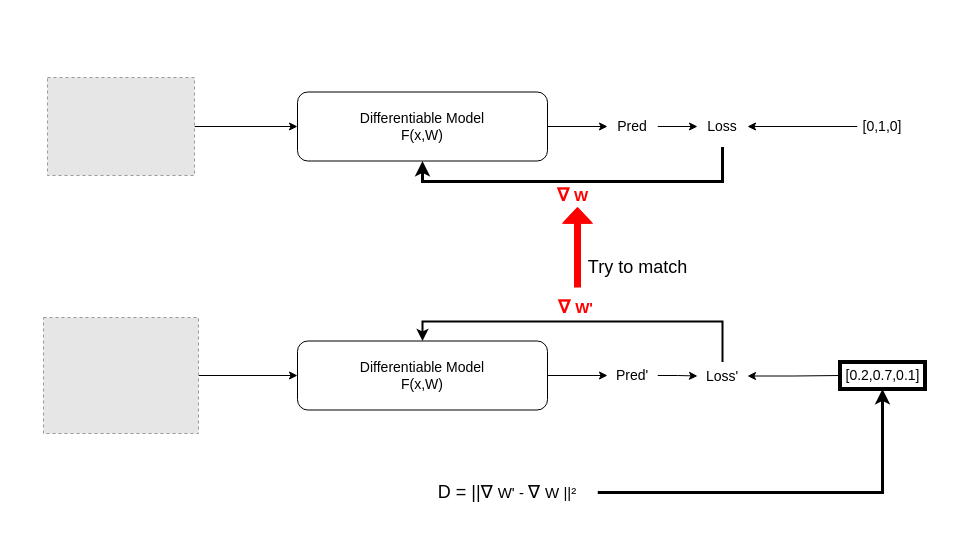
The draw.io diagram gradient leakage/grad-leak.drawio in world-executed/Draw.io, before the edit. Source tidied: cells renumbered, new cells numbered last; positions are measured from the earlier drawing's top-left corner, leaving out a move shared by most shapes. Both pictures are drawn from the tidied source at 100%, with x=0, y=0 at pixel (43, 77). Pictures stored in the file or linked from it are replaced by grey dashed boxes.
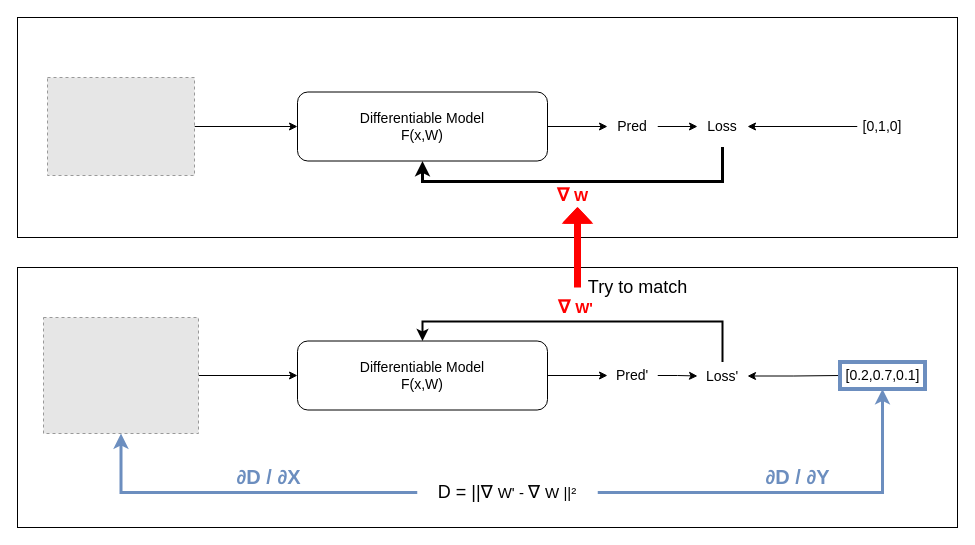
Above is the later version.

Unchanged cells that the change refers to:
```xml
<mxCell id="13" style="fillColor=#E6E6E6;strokeColor=#999999;dashed=1;html=1;verticalAlign=top;verticalLabelPosition=bottom;labelBackgroundColor=#ffffff;fontSize=18;fontColor=#FF0000;" parent="1" vertex="1">
  <mxGeometry y="240" width="155" height="116" as="geometry" />
</mxCell>
<mxCell id="24" value="D = ||&lt;span style=&quot;font-family: &amp;#34;arial&amp;#34; , sans-serif ; font-size: 14px ; background-color: rgb(255 , 255 , 255)&quot;&gt;&lt;font style=&quot;font-size: 18px&quot;&gt;∇&amp;nbsp;&lt;/font&gt;&lt;span style=&quot;font-size: 15px&quot;&gt;W' -&amp;nbsp;&lt;/span&gt;&lt;/span&gt;&lt;span style=&quot;font-family: &amp;#34;arial&amp;#34; , sans-serif ; font-size: 14px ; background-color: rgb(255 , 255 , 255)&quot;&gt;&lt;font style=&quot;font-size: 18px&quot;&gt;∇&amp;nbsp;&lt;/font&gt;&lt;span style=&quot;font-size: 15px&quot;&gt;W ||²&lt;/span&gt;&lt;/span&gt;" style="rounded=0;whiteSpace=wrap;html=1;fontSize=18;fontColor=#000000;strokeColor=none;strokeWidth=4;" parent="1" vertex="1">
  <mxGeometry x="374" y="385" width="180" height="60" as="geometry" />
</mxCell>
```

Change to the diagram source:
```diff
@@
+    <mxCell id="25" style="rounded=0;whiteSpace=wrap;html=1;fontSize=20;fontColor=#000000;strokeColor=default;strokeWidth=1;" parent="1" vertex="1">
+      <mxGeometry x="-26" y="190" width="940" height="260" as="geometry" />
+    </mxCell>
+    <mxCell id="26" style="rounded=0;whiteSpace=wrap;html=1;fontSize=20;fontColor=#000000;strokeColor=default;strokeWidth=1;" parent="1" vertex="1">
+      <mxGeometry x="-26" y="-60" width="940" height="220" as="geometry" />
+    </mxCell>
@@
-    <mxCell id="21" value="[0.2,0.7,0.1]" style="rounded=0;whiteSpace=wrap;html=1;fontSize=14;strokeColor=default;strokeWidth=4;" parent="1" vertex="1">
+    <mxCell id="21" value="[0.2,0.7,0.1]" style="rounded=0;whiteSpace=wrap;html=1;fontSize=14;strokeColor=#6C8EBF;strokeWidth=4;" parent="1" vertex="1">
       <mxGeometry x="796.5" y="284.5" width="85" height="27" as="geometry" />
     </mxCell>
     <mxCell id="22" value="&lt;font color=&quot;#000000&quot;&gt;Try to match&lt;/font&gt;" style="shape=flexArrow;endArrow=classic;html=1;rounded=0;fontSize=18;fontColor=#FF0000;strokeWidth=2;width=4;endSize=4.06;strokeColor=#FF0000;fillColor=#FF0000;" parent="1" edge="1">
-      <mxGeometry x="-0.5" y="-60" relative="1" as="geometry">
+      <mxGeometry x="-1" y="-60" relative="1" as="geometry">
         <mxPoint x="534" y="210" as="sourcePoint" />
         <mxPoint x="534" y="130" as="targetPoint" />
         <Array as="points">
           <mxPoint x="534" y="170" />
         </Array>
       </mxGeometry>
     </mxCell>
-    <mxCell id="23" style="edgeStyle=orthogonalEdgeStyle;rounded=0;jettySize=auto;html=1;entryX=0.5;entryY=1;entryDx=0;entryDy=0;fontSize=18;fontColor=#000000;startArrow=none;startFill=0;endArrow=classic;endFill=1;strokeColor=#000000;strokeWidth=3;fillColor=#FF0000;" parent="1" edge="1" source="24" target="21">
-      <mxGeometry relative="1" as="geometry" />
+    <mxCell id="23" value="&lt;font style=&quot;font-size: 20px&quot; color=&quot;#6c8ebf&quot;&gt;&lt;b&gt;&lt;span style=&quot;font-family: &amp;#34;arial&amp;#34; , sans-serif ; text-align: justify&quot;&gt;∂D /&amp;nbsp;&lt;/span&gt;&lt;span style=&quot;font-family: &amp;#34;arial&amp;#34; , sans-serif ; text-align: justify&quot;&gt;∂Y&lt;/span&gt;&lt;/b&gt;&lt;/font&gt;" style="edgeStyle=orthogonalEdgeStyle;rounded=0;jettySize=auto;html=1;entryX=0.5;entryY=1;entryDx=0;entryDy=0;fontSize=18;fontColor=#000000;startArrow=none;startFill=0;endArrow=classic;endFill=1;strokeColor=#6c8ebf;strokeWidth=3;fillColor=#dae8fc;" parent="1" edge="1" source="24" target="21">
+      <mxGeometry x="0.03" y="15" relative="1" as="geometry" />
     </mxCell>
+    <mxCell id="27" value="&lt;b style=&quot;font-size: 20px&quot;&gt;&lt;font color=&quot;#6c8ebf&quot;&gt;&lt;span style=&quot;font-family: &amp;#34;arial&amp;#34; , sans-serif ; text-align: justify&quot;&gt;∂D /&amp;nbsp;&lt;/span&gt;&lt;span style=&quot;font-family: &amp;#34;arial&amp;#34; , sans-serif ; text-align: justify&quot;&gt;∂X&lt;/span&gt;&lt;/font&gt;&lt;/b&gt;" style="edgeStyle=orthogonalEdgeStyle;rounded=0;jettySize=auto;html=1;entryX=0.5;entryY=1;entryDx=0;entryDy=0;fontSize=18;fontColor=#000000;startArrow=none;startFill=0;endArrow=classic;endFill=1;strokeColor=#6c8ebf;strokeWidth=3;fillColor=#dae8fc;" parent="1" edge="1" source="24" target="13">
+      <mxGeometry x="-0.16" y="-15" relative="1" as="geometry" />
+    </mxCell>
```
